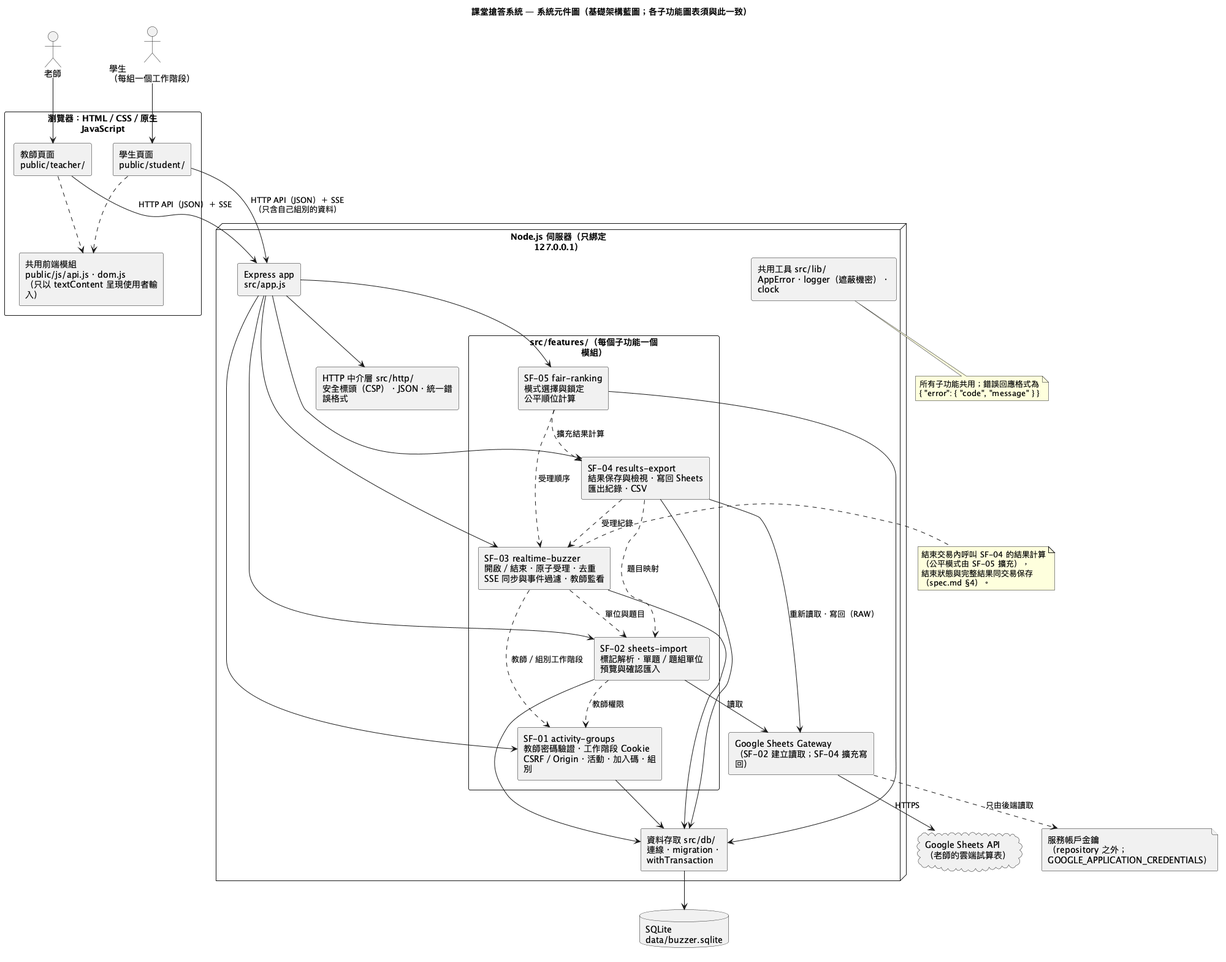
Above: diagrams/system-component.png in tom1030507/classroom-buzzer-system-speckit (PlantUML), before the change. The source it was exported from:
```plantuml
@startuml system-component
title 課堂搶答系統 — 系統元件圖（基礎架構藍圖；各子功能圖表須與此一致）
skinparam shadowing false
skinparam componentStyle rectangle
skinparam packageStyle rectangle
skinparam wrapWidth 220

actor "老師" as Teacher
actor "學生\n（每組一個工作階段）" as Student

package "瀏覽器：HTML／CSS／原生 JavaScript" {
  [教師頁面\npublic/teacher/] as TeacherUI
  [學生頁面\npublic/student/] as StudentUI
  [共用前端模組\npublic/js/api.js・dom.js\n（只以 textContent 呈現使用者輸入）] as WebShared
}

node "Node.js 伺服器（只綁定 127.0.0.1）" {
  [Express app\nsrc/app.js] as App
  [HTTP 中介層 src/http/\n安全標頭（CSP）・JSON・統一錯誤格式] as Http

  package "src/features/（每個子功能一個模組）" {
    [SF-01 activity-groups\n教師密碼驗證・工作階段 Cookie\nCSRF／Origin・活動・加入碼・組別] as SF01
    [SF-02 sheets-import\n標記解析・單題／題組單位\n預覽與確認匯入] as SF02
    [SF-03 realtime-buzzer\n開啟／結束・原子受理・去重\nSSE 同步與事件過濾・教師監看] as SF03
    [SF-04 results-export\n結果保存與檢視・寫回 Sheets\n匯出紀錄・CSV] as SF04
    [SF-05 fair-ranking\n模式選擇與鎖定\n公平順位計算] as SF05
  }

  [Google Sheets Gateway\n（SF-02 建立讀取；SF-04 擴充寫回）] as Gateway
  [資料存取 src/db/\n連線・migration・withTransaction] as Db
  [共用工具 src/lib/\nAppError・logger（遮蔽機密）・clock] as Lib
}

database "SQLite\ndata/buzzer.sqlite" as SQLite
cloud "Google Sheets API\n（老師的雲端試算表）" as SheetsApi
file "服務帳戶金鑰\n（repository 之外；\nGOOGLE_APPLICATION_CREDENTIALS）" as Credentials

Teacher --> TeacherUI
Student --> StudentUI
TeacherUI ..> WebShared
StudentUI ..> WebShared
TeacherUI --> App : HTTP API（JSON）＋ SSE
StudentUI --> App : HTTP API（JSON）＋ SSE\n（只含自己組別的資料）

App --> Http
App --> SF01
App --> SF02
App --> SF03
App --> SF04
App --> SF05

SF02 ..> SF01 : 教師權限
SF03 ..> SF01 : 教師／組別工作階段
SF03 ..> SF02 : 單位與題目
SF04 ..> SF02 : 題目映射
SF04 ..> SF03 : 受理紀錄
SF05 ..> SF04 : 擴充結果計算
SF05 ..> SF03 : 受理順序

SF02 --> Gateway : 讀取
SF04 --> Gateway : 重新讀取・寫回（RAW）
Gateway --> SheetsApi : HTTPS
Gateway ..> Credentials : 只由後端讀取

SF01 --> Db
SF02 --> Db
SF03 --> Db
SF04 --> Db
SF05 --> Db
Db --> SQLite

note right of SF03
  結束交易內呼叫 SF-04 的結果計算
  （公平模式由 SF-05 擴充），
  結束狀態與完整結果同交易保存（spec.md §4）。
end note

note bottom of Lib
  所有子功能共用；錯誤回應格式為
  { "error": { "code", "message" } }
end note
@enduml
```
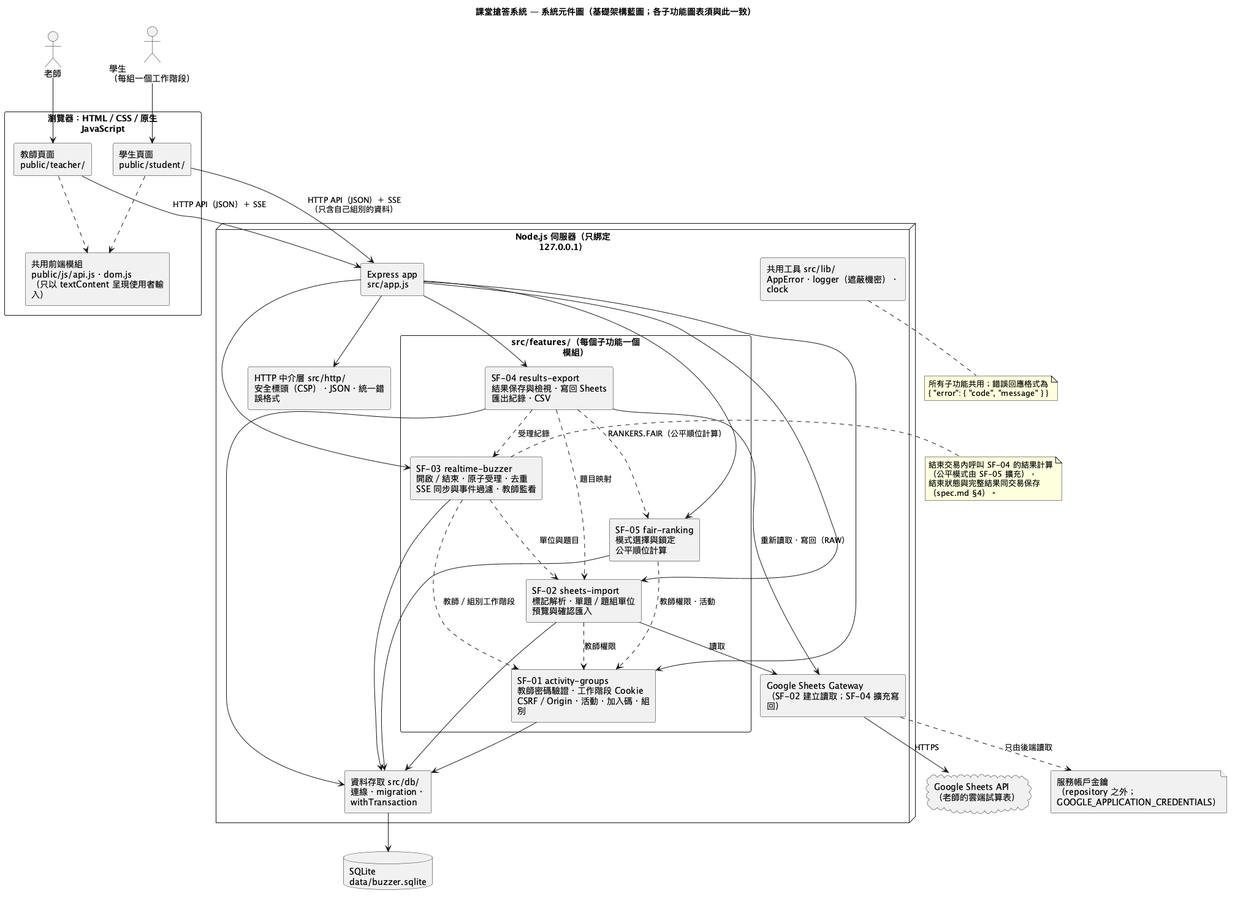
After the commit.

Commit message:
docs(diagrams): sync the SF-05 diagrams and the system component baseline

What changed in the source:
```diff
@@ -54,8 +54,8 @@
 SF03 ..> SF02 : 單位與題目
 SF04 ..> SF02 : 題目映射
 SF04 ..> SF03 : 受理紀錄
-SF05 ..> SF04 : 擴充結果計算
-SF05 ..> SF03 : 受理順序
+SF04 ..> SF05 : RANKERS.FAIR（公平順位計算）
+SF05 ..> SF01 : 教師權限・活動
 
 SF02 --> Gateway : 讀取
 SF04 --> Gateway : 重新讀取・寫回（RAW）
```
